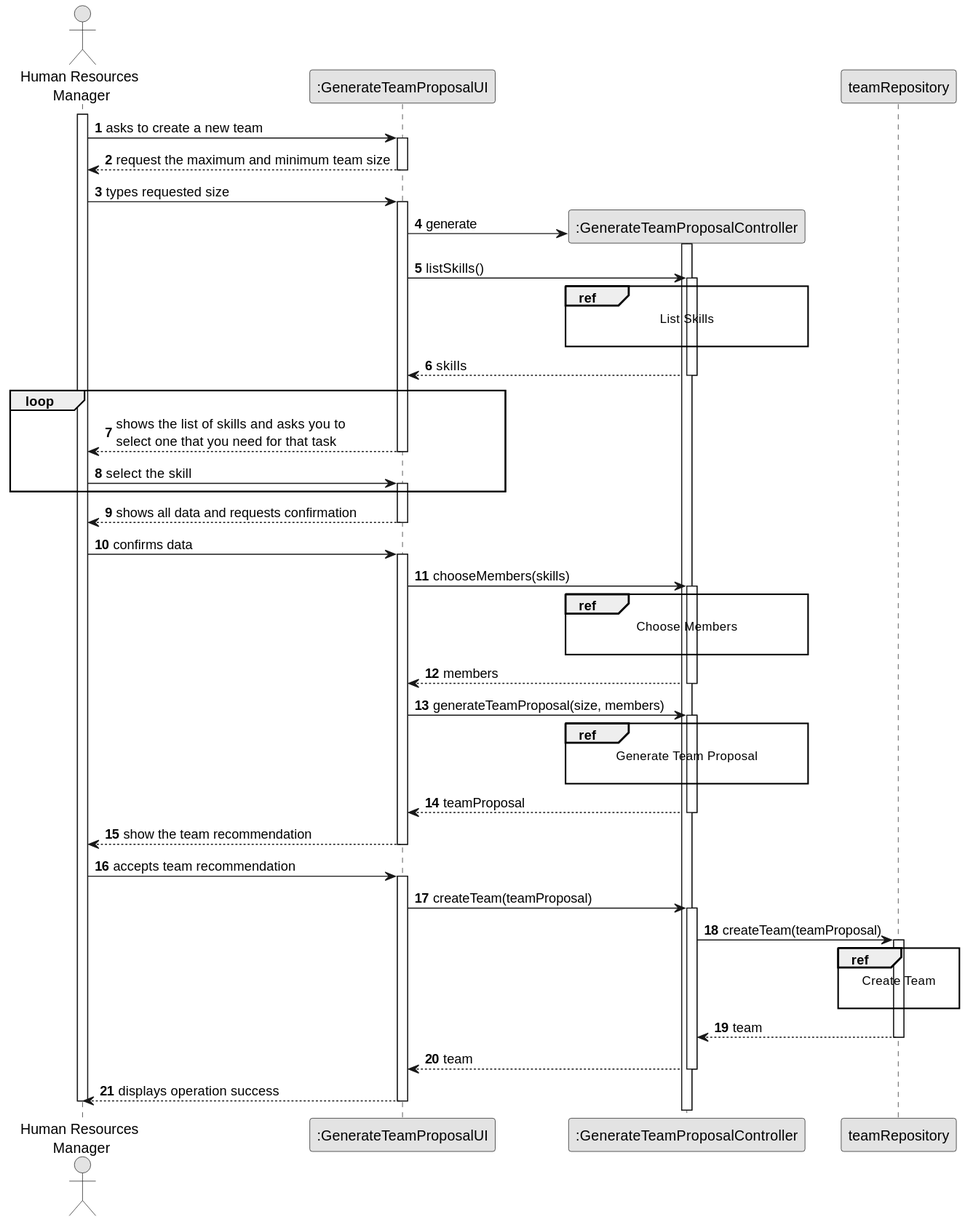
diogoveirospro/lei-24-s2-1dg-g072 keeps this PlantUML diagram as docs/sprintB/us005/03.design/svg/us005-sequence-diagram-split.svg. Above is the earlier version.
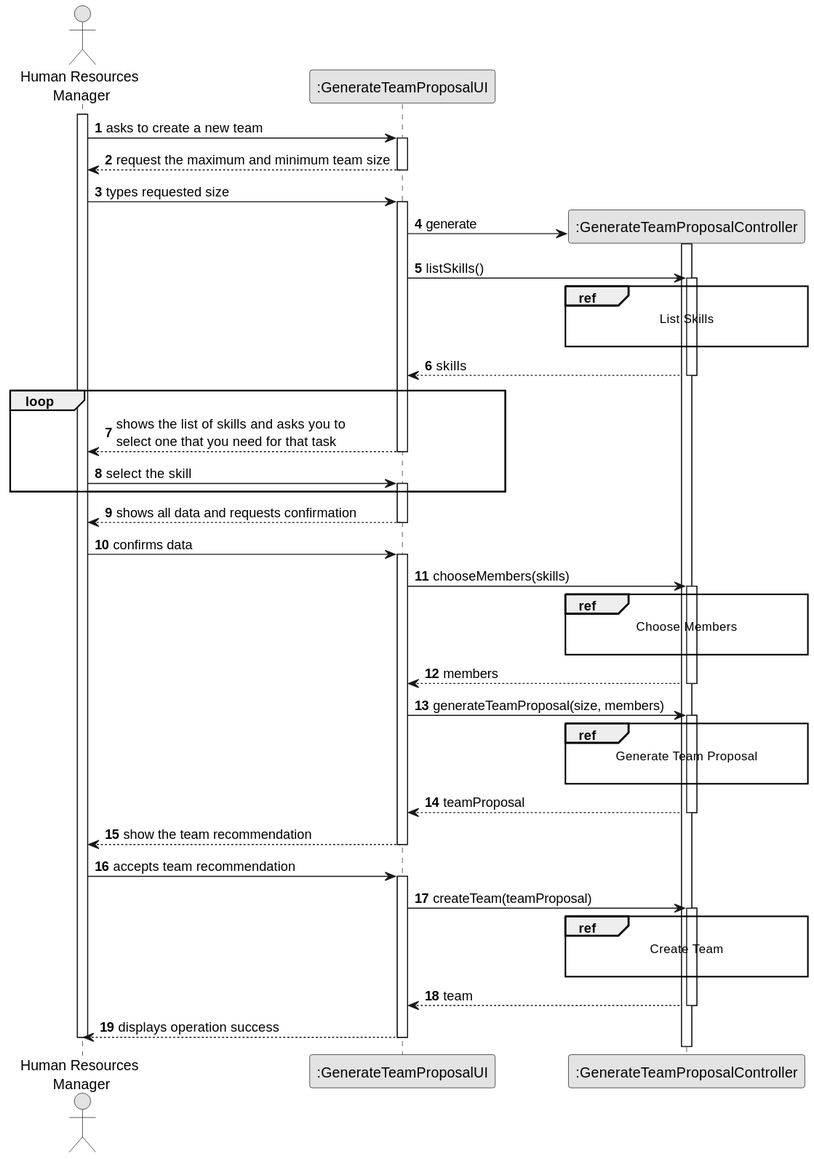
After the change.

Commit message:
US005's Sequence Diagram

The edit, as a diff of the source:
```diff
@@ -8,7 +8,6 @@
 actor "Human Resources\n Manager" as HRM
 participant ":GenerateTeamProposalUI" as UI
 participant ":GenerateTeamProposalController" as CTRL
-participant "teamRepository" as TEAMREP
 
 activate HRM
 
@@ -81,20 +80,10 @@
         UI -> CTRL: createTeam(teamProposal)
         activate CTRL
 
-            CTRL -> TEAMREP: createTeam(teamProposal)
-            activate TEAMREP
+            ref over CTRL
+                Create Team
 
-                ref over TEAMREP
-                    Create Team
-
-                end
-
-                TEAMREP --> CTRL: team
-            deactivate TEAMREP
-
-                    deactivate TEAMREP
-
-                    deactivate TEAMREP
+            end
 
             CTRL --> UI: team
         deactivate CTRL
```
